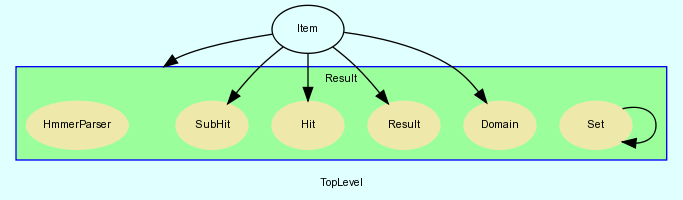
Above: doc/dot/f_5.png in ddiez/seqminer (Graphviz), before the change. Its source is kept beside it as doc/dot/f_5.dot. Its diagram source:
```dot
digraph TopLevel {
    label = "TopLevel"
    compound = true
    fontname = Arial
    fontsize = 8
    bgcolor = lightcyan1
    node [
        color = black,
        fontname = Arial,
        fontsize = 8
    ]

    Result__Set -> Result__Set [

    ]

    Item [
        URL = "classes/Item.html",
        label = "Item"
    ]

    Item -> Result__Domain [

    ]

    Item -> Result__Result [

    ]

    Item -> Result__Hit [

    ]

    Item -> Result__SubHit [

    ]

    subgraph cluster_Result {
        label = "Result"
        fillcolor = palegreen1
        URL = "classes/Result.html"
        color = blue
        fontname = Arial
        style = filled
        Result [
            shape = plaintext,
            height = 0.01,
            width = 0.01,
            label = ""
        ]

        Result__HmmerParser [
            fontcolor = black,
            shape = ellipse,
            URL = "classes/Result/HmmerParser.html",
            color = palegoldenrod,
            style = filled,
            label = "HmmerParser"
        ]

        Result__Set [
            fontcolor = black,
            shape = ellipse,
            URL = "classes/Result/Set.html",
            color = palegoldenrod,
            style = filled,
            label = "Set"
        ]

        Result__Domain [
            fontcolor = black,
            shape = ellipse,
            URL = "classes/Result/Domain.html",
            color = palegoldenrod,
            style = filled,
            label = "Domain"
        ]

        Result__Result [
            fontcolor = black,
            shape = ellipse,
            URL = "classes/Result/Result.html",
            color = palegoldenrod,
            style = filled,
            label = "Result"
        ]

        Result__Hit [
            fontcolor = black,
            shape = ellipse,
            URL = "classes/Result/Hit.html",
            color = palegoldenrod,
            style = filled,
            label = "Hit"
        ]

        Result__SubHit [
            fontcolor = black,
            shape = ellipse,
            URL = "classes/Result/SubHit.html",
            color = palegoldenrod,
            style = filled,
            label = "SubHit"
        ]

    }

    Item -> Result [
        lhead = cluster_Result
    ]

}
```
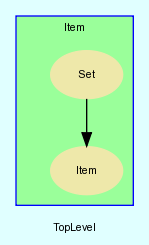
Later version of the same file.

What changed in the source:
```diff
@@ -10,103 +10,42 @@
         fontsize = 8
     ]
 
-    Result__Set -> Result__Set [
+    Item__Set -> Item__Item [
 
     ]
 
-    Item [
-        URL = "classes/Item.html",
+    subgraph cluster_Item {
         label = "Item"
-    ]
-
-    Item -> Result__Domain [
-
-    ]
-
-    Item -> Result__Result [
-
-    ]
-
-    Item -> Result__Hit [
-
-    ]
-
-    Item -> Result__SubHit [
-
-    ]
-
-    subgraph cluster_Result {
-        label = "Result"
         fillcolor = palegreen1
-        URL = "classes/Result.html"
+        URL = "classes/Item.html"
         color = blue
         fontname = Arial
         style = filled
-        Result [
+        Item [
             shape = plaintext,
             height = 0.01,
             width = 0.01,
             label = ""
         ]
 
-        Result__HmmerParser [
+        Item__Set [
             fontcolor = black,
             shape = ellipse,
-            URL = "classes/Result/HmmerParser.html",
-            color = palegoldenrod,
-            style = filled,
-            label = "HmmerParser"
-        ]
-
-        Result__Set [
-            fontcolor = black,
-            shape = ellipse,
-            URL = "classes/Result/Set.html",
+            URL = "classes/Item/Set.html",
             color = palegoldenrod,
             style = filled,
             label = "Set"
         ]
 
-        Result__Domain [
+        Item__Item [
             fontcolor = black,
             shape = ellipse,
-            URL = "classes/Result/Domain.html",
+            URL = "classes/Item/Item.html",
             color = palegoldenrod,
             style = filled,
-            label = "Domain"
-        ]
-
-        Result__Result [
-            fontcolor = black,
-            shape = ellipse,
-            URL = "classes/Result/Result.html",
-            color = palegoldenrod,
-            style = filled,
-            label = "Result"
-        ]
-
-        Result__Hit [
-            fontcolor = black,
-            shape = ellipse,
-            URL = "classes/Result/Hit.html",
-            color = palegoldenrod,
-            style = filled,
-            label = "Hit"
-        ]
-
-        Result__SubHit [
-            fontcolor = black,
-            shape = ellipse,
-            URL = "classes/Result/SubHit.html",
-            color = palegoldenrod,
-            style = filled,
-            label = "SubHit"
+            label = "Item"
         ]
 
     }
 
-    Item -> Result [
-        lhead = cluster_Result
-    ]
-
 }
```
